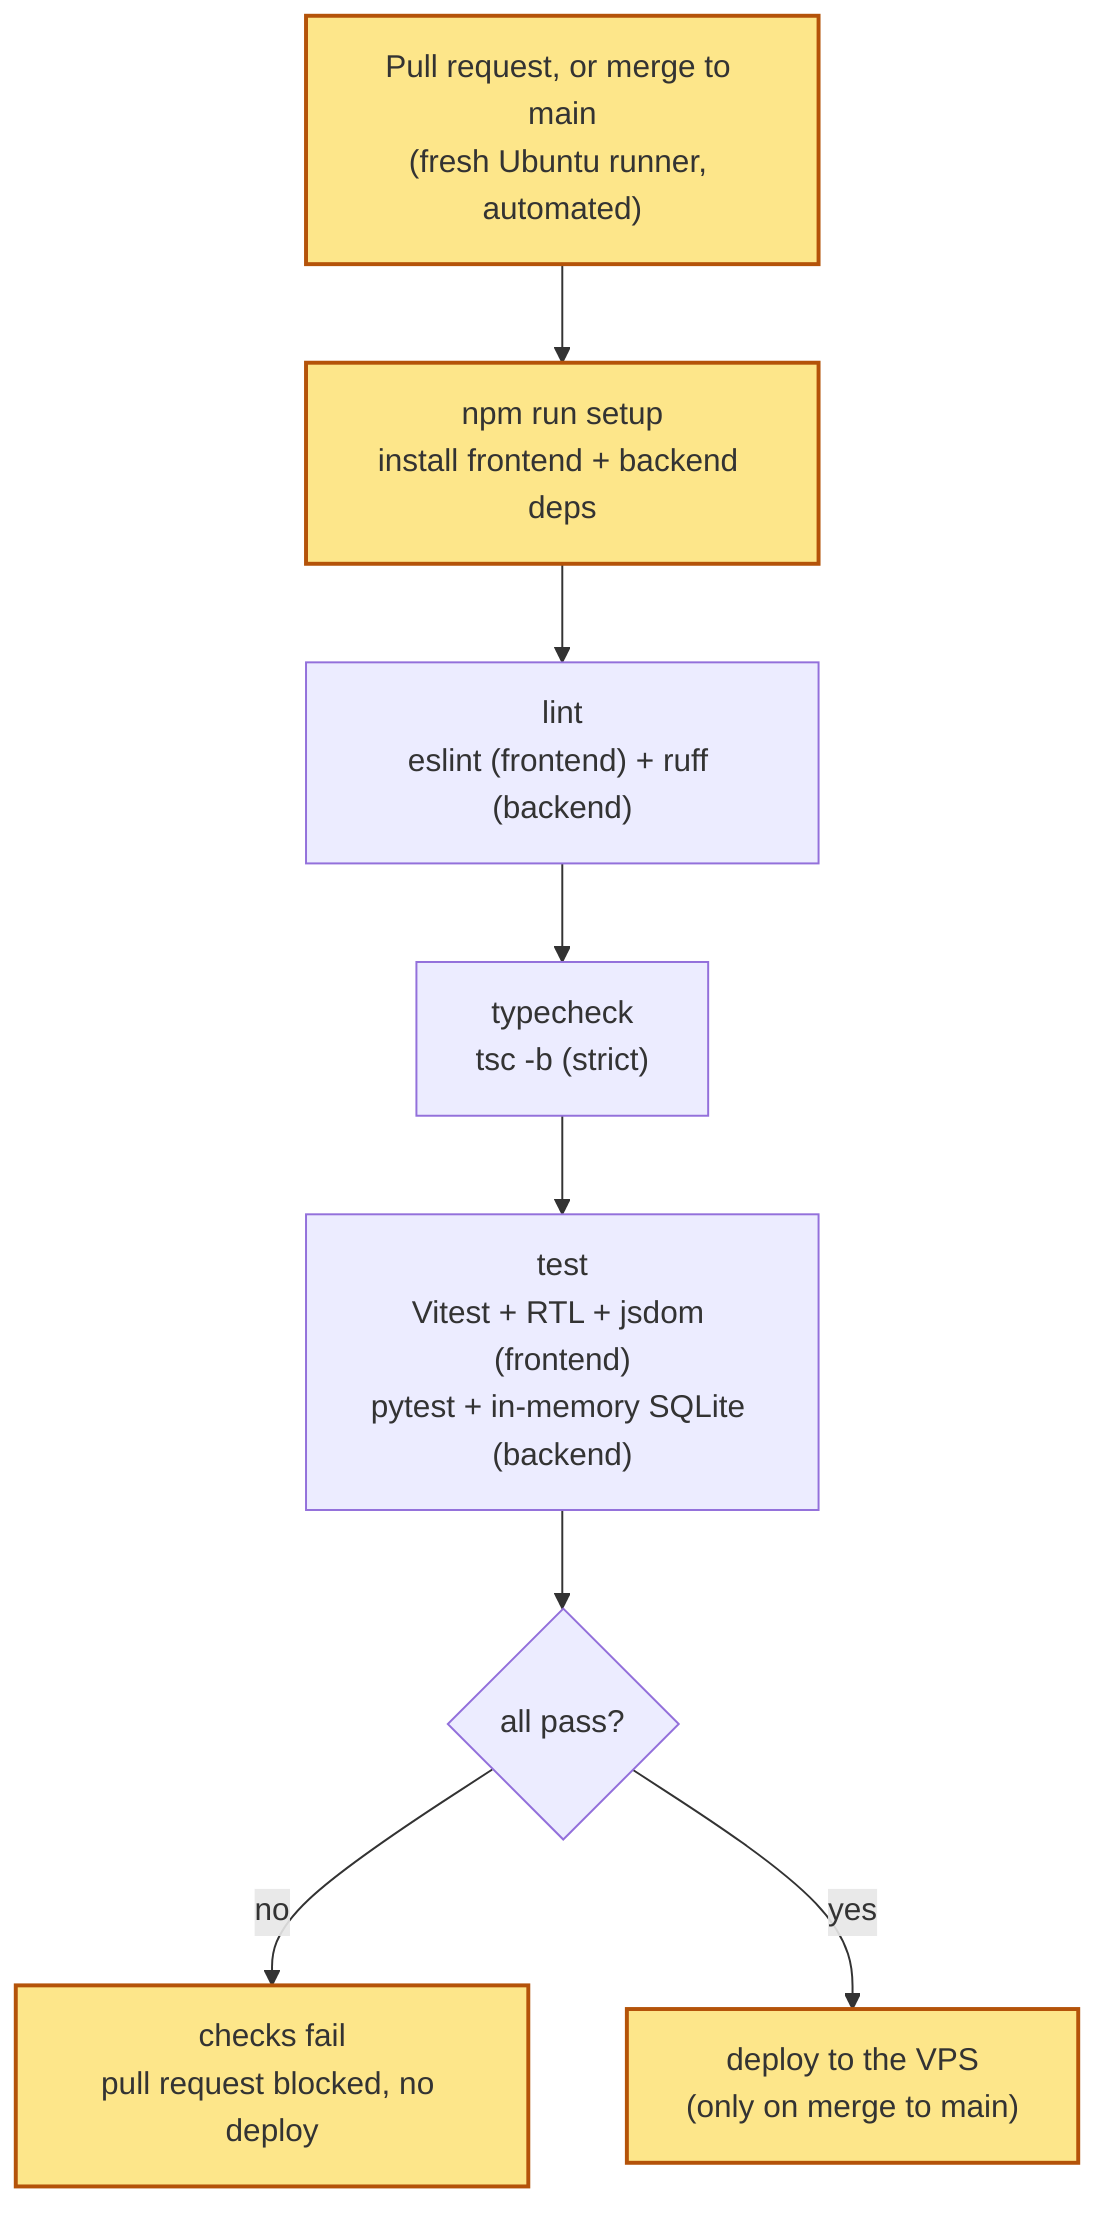
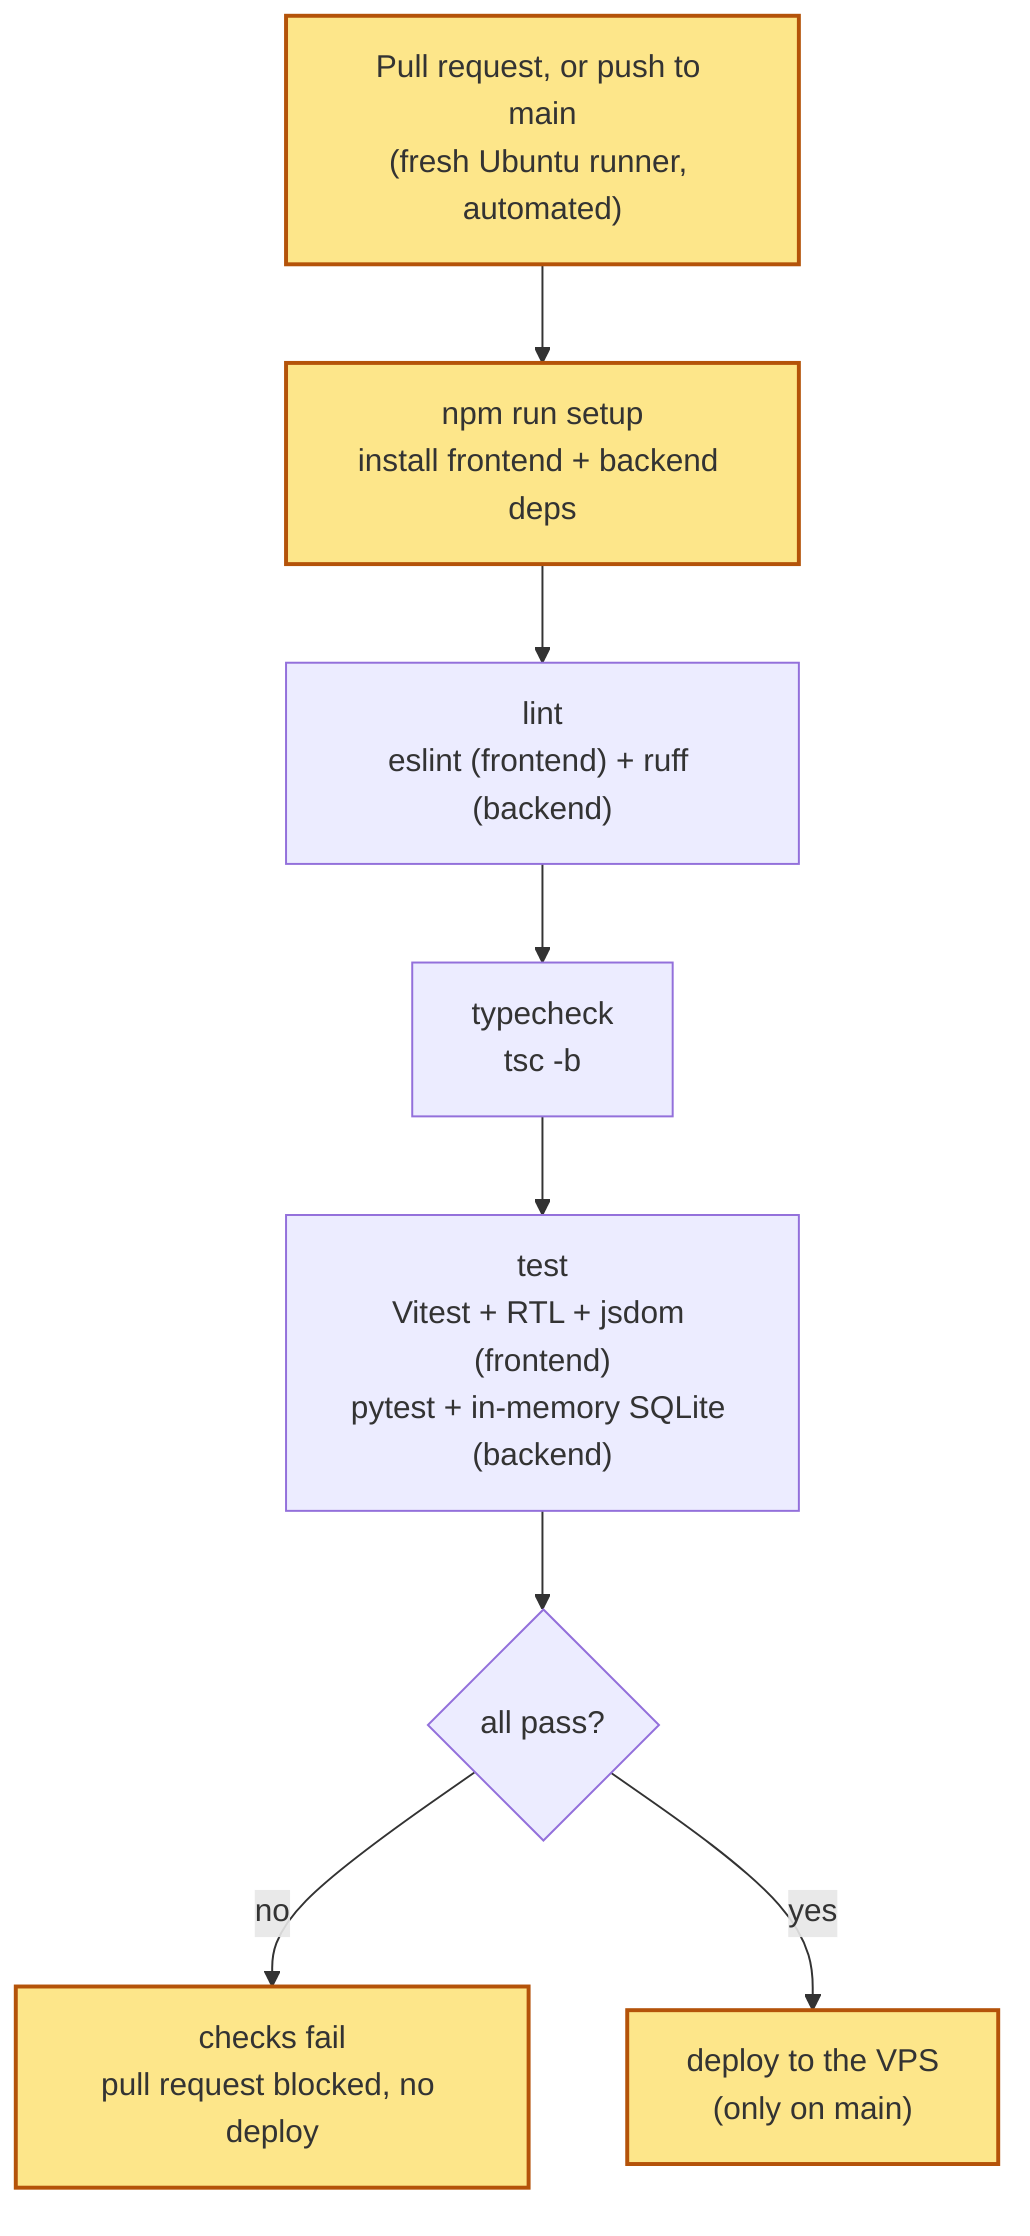
flowchart TB
-     TRIG["Pull request, or merge to main<br/>(fresh Ubuntu runner, automated)"]
+     TRIG["Pull request, or push to main<br/>(fresh Ubuntu runner, automated)"]
    SETUP["npm run setup<br/>install frontend + backend deps"]
    LINT["lint<br/>eslint (frontend) + ruff (backend)"]
-     TYPE["typecheck<br/>tsc -b (strict)"]
+     TYPE["typecheck<br/>tsc -b"]
    TEST["test<br/>Vitest + RTL + jsdom (frontend)<br/>pytest + in-memory SQLite (backend)"]
    DECIDE{"all pass?"}
-     OUT["deploy to the VPS<br/>(only on merge to main)"]
+     OUT["deploy to the VPS<br/>(only on main)"]
    BLOCK["checks fail<br/>pull request blocked, no deploy"]

    TRIG --> SETUP --> LINT --> TYPE --> TEST --> DECIDE
    DECIDE -- "no" --> BLOCK
    DECIDE -- "yes" --> OUT

    classDef diff fill:#fde68a,stroke:#b45309,stroke-width:2px;
    class TRIG,SETUP,OUT,BLOCK diff
